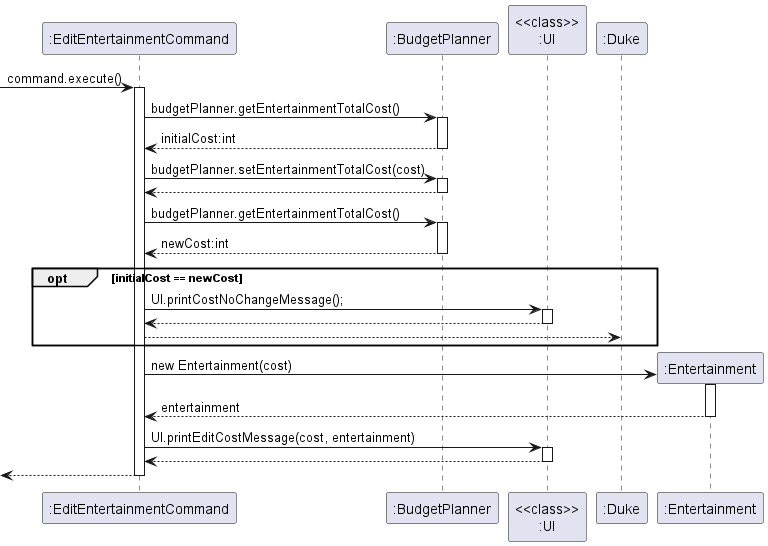
The PlantUML diagram docs/diagrams/budget/EditEntertainmentCommand.png in nus-cs2113-AY2223S2/tp, before a commit. The source it was exported from:
```plantuml
@startuml
-> ":EditEntertainmentCommand" : command.execute()
activate ":EditEntertainmentCommand"
":EditEntertainmentCommand" -> ":BudgetPlanner" : budgetPlanner.getEntertainmentTotalCost()
activate ":BudgetPlanner"
":EditEntertainmentCommand" <-- ":BudgetPlanner" : initialCost:int
deactivate ":BudgetPlanner"
":EditEntertainmentCommand" -> ":BudgetPlanner" : budgetPlanner.setEntertainmentTotalCost(cost)
activate ":BudgetPlanner"
":EditEntertainmentCommand" <-- ":BudgetPlanner"
deactivate ":BudgetPlanner"
":EditEntertainmentCommand" -> ":BudgetPlanner" : budgetPlanner.getEntertainmentTotalCost()
activate ":BudgetPlanner"
":EditEntertainmentCommand" <-- ":BudgetPlanner" : newCost:int
deactivate ":BudgetPlanner"
opt initialCost == newCost
":EditEntertainmentCommand" -> "<<class>>\n:UI" : UI.printCostNoChangeMessage();
activate "<<class>>\n:UI"
":EditEntertainmentCommand" <-- "<<class>>\n:UI"
deactivate "<<class>>\n:UI"
":EditEntertainmentCommand" --> ":Duke"
end
create ":Entertainment"
":EditEntertainmentCommand" -> ":Entertainment" : new Entertainment(cost)
activate ":Entertainment"
":EditEntertainmentCommand" <-- ":Entertainment" : entertainment
deactivate ":Entertainment"
":EditEntertainmentCommand" -> "<<class>>\n:UI" : UI.printEditCostMessage(cost, entertainment)
activate "<<class>>\n:UI"
":EditEntertainmentCommand" <-- "<<class>>\n:UI"
deactivate "<<class>>\n:UI"
<-- ":EditEntertainmentCommand"
deactivate ":EditEntertainmentCommand"
@enduml
```
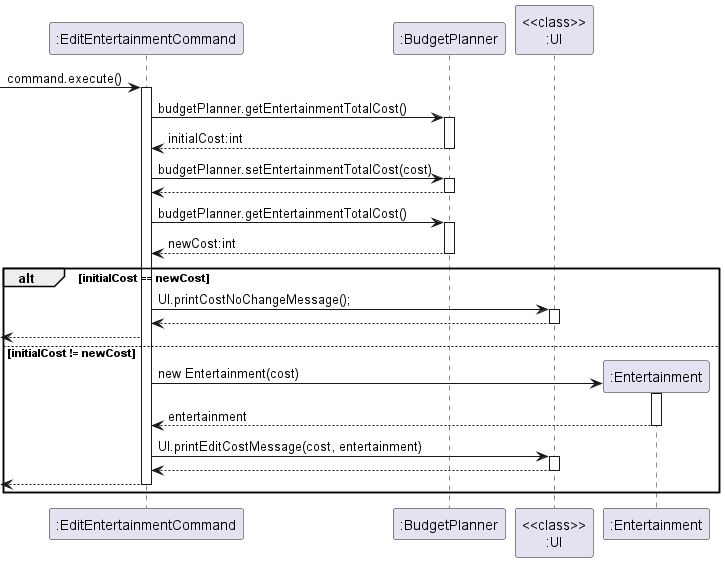
After the commit.

Commit message:
remove Duke from sequence diagram and change opt blocks to alt blocks

The edit, as a diff of the source:
```diff
@@ -13,13 +13,13 @@
 activate ":BudgetPlanner"
 ":EditEntertainmentCommand" <-- ":BudgetPlanner" : newCost:int
 deactivate ":BudgetPlanner"
-opt initialCost == newCost
+alt initialCost == newCost
 ":EditEntertainmentCommand" -> "<<class>>\n:UI" : UI.printCostNoChangeMessage();
 activate "<<class>>\n:UI"
 ":EditEntertainmentCommand" <-- "<<class>>\n:UI"
 deactivate "<<class>>\n:UI"
-":EditEntertainmentCommand" --> ":Duke"
-end
+<-- ":EditEntertainmentCommand"
+else initialCost != newCost
 create ":Entertainment"
 ":EditEntertainmentCommand" -> ":Entertainment" : new Entertainment(cost)
 activate ":Entertainment"
@@ -31,4 +31,5 @@
 deactivate "<<class>>\n:UI"
 <-- ":EditEntertainmentCommand"
 deactivate ":EditEntertainmentCommand"
+end
 @enduml
```
